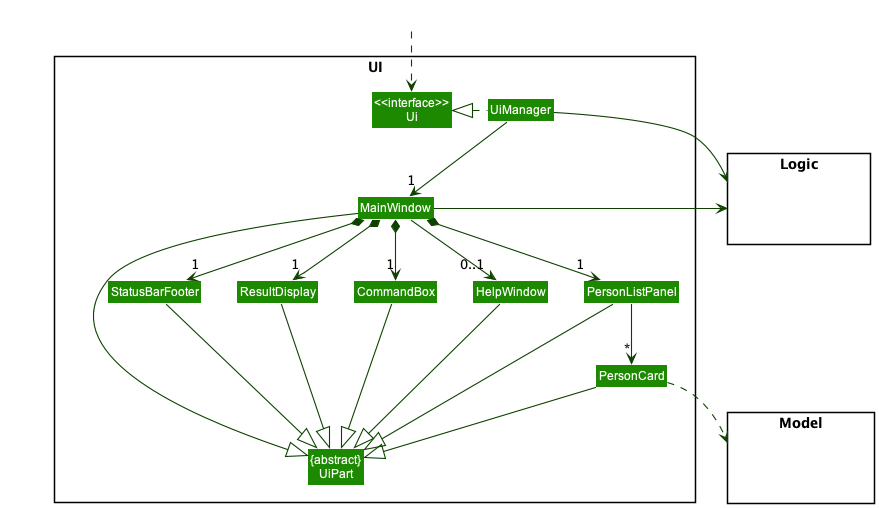
Above: docs/images/UiClassDiagram.png in nus-cs2103-AY2223S1/tp (PlantUML), before the change.
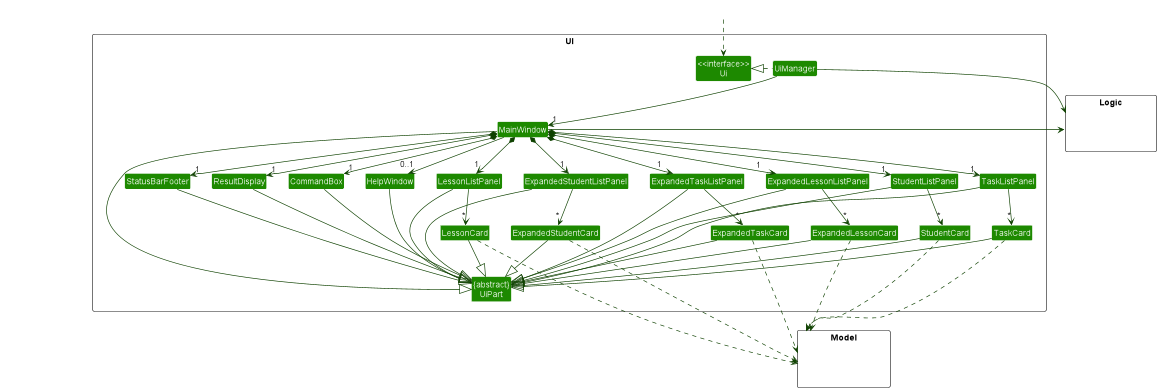
After the change.

Commit message:
Update DG class diagram for Ui

What changed in the source:
```diff
@@ -11,8 +11,18 @@
 Class MainWindow
 Class HelpWindow
 Class ResultDisplay
-Class PersonListPanel
-Class PersonCard
+Class StudentListPanel
+Class TaskListPanel
+Class LessonListPanel
+Class ExpandedStudentListPanel
+Class ExpandedTaskListPanel
+Class ExpandedLessonListPanel
+Class StudentCard
+Class TaskCard
+Class LessonCard
+Class ExpandedStudentCard
+Class ExpandedTaskCard
+Class ExpandedLessonCard
 Class StatusBarFooter
 Class CommandBox
 }
@@ -32,26 +42,51 @@
 UiManager -down-> "1" MainWindow
 MainWindow *-down->  "1" CommandBox
 MainWindow *-down-> "1" ResultDisplay
-MainWindow *-down-> "1" PersonListPanel
+MainWindow *-down-> "1" StudentListPanel
+MainWindow *-down-> "1" TaskListPanel
+MainWindow *-down-> "1" LessonListPanel
+MainWindow *-down-> "1" ExpandedStudentListPanel
+MainWindow *-down-> "1" ExpandedTaskListPanel
+MainWindow *-down-> "1" ExpandedLessonListPanel
 MainWindow *-down-> "1" StatusBarFooter
 MainWindow --> "0..1" HelpWindow
 
-PersonListPanel -down-> "*" PersonCard
+StudentListPanel -down-> "*" StudentCard
+TaskListPanel -down-> "*" TaskCard
+LessonListPanel -down-> "*" LessonCard
+ExpandedStudentListPanel -down-> "*" ExpandedStudentCard
+ExpandedTaskListPanel -down-> "*" ExpandedTaskCard
+ExpandedLessonListPanel -down-> "*" ExpandedLessonCard
 
 MainWindow -left-|> UiPart
 
 ResultDisplay --|> UiPart
 CommandBox --|> UiPart
-PersonListPanel --|> UiPart
-PersonCard --|> UiPart
+StudentListPanel --|> UiPart
+TaskListPanel --|> UiPart
+LessonListPanel --|> UiPart
+ExpandedStudentListPanel --|> UiPart
+ExpandedTaskListPanel --|> UiPart
+ExpandedLessonListPanel --|> UiPart
+StudentCard --|> UiPart
+TaskCard --|> UiPart
+LessonCard --|> UiPart
+ExpandedStudentCard --|> UiPart
+ExpandedTaskCard --|> UiPart
+ExpandedLessonCard --|> UiPart
 StatusBarFooter --|> UiPart
 HelpWindow --|> UiPart
 
-PersonCard ..> Model
+StudentCard ..> Model
+TaskCard ..> Model
+LessonCard ..> Model
+ExpandedStudentCard ...> Model
+ExpandedTaskCard ..> Model
+ExpandedLessonCard ..> Model
 UiManager -right-> Logic
 MainWindow -left-> Logic
 
-PersonListPanel -[hidden]left- HelpWindow
+StudentListPanel -[hidden]left- HelpWindow
 HelpWindow -[hidden]left- CommandBox
 CommandBox -[hidden]left- ResultDisplay
 ResultDisplay -[hidden]left- StatusBarFooter
```
